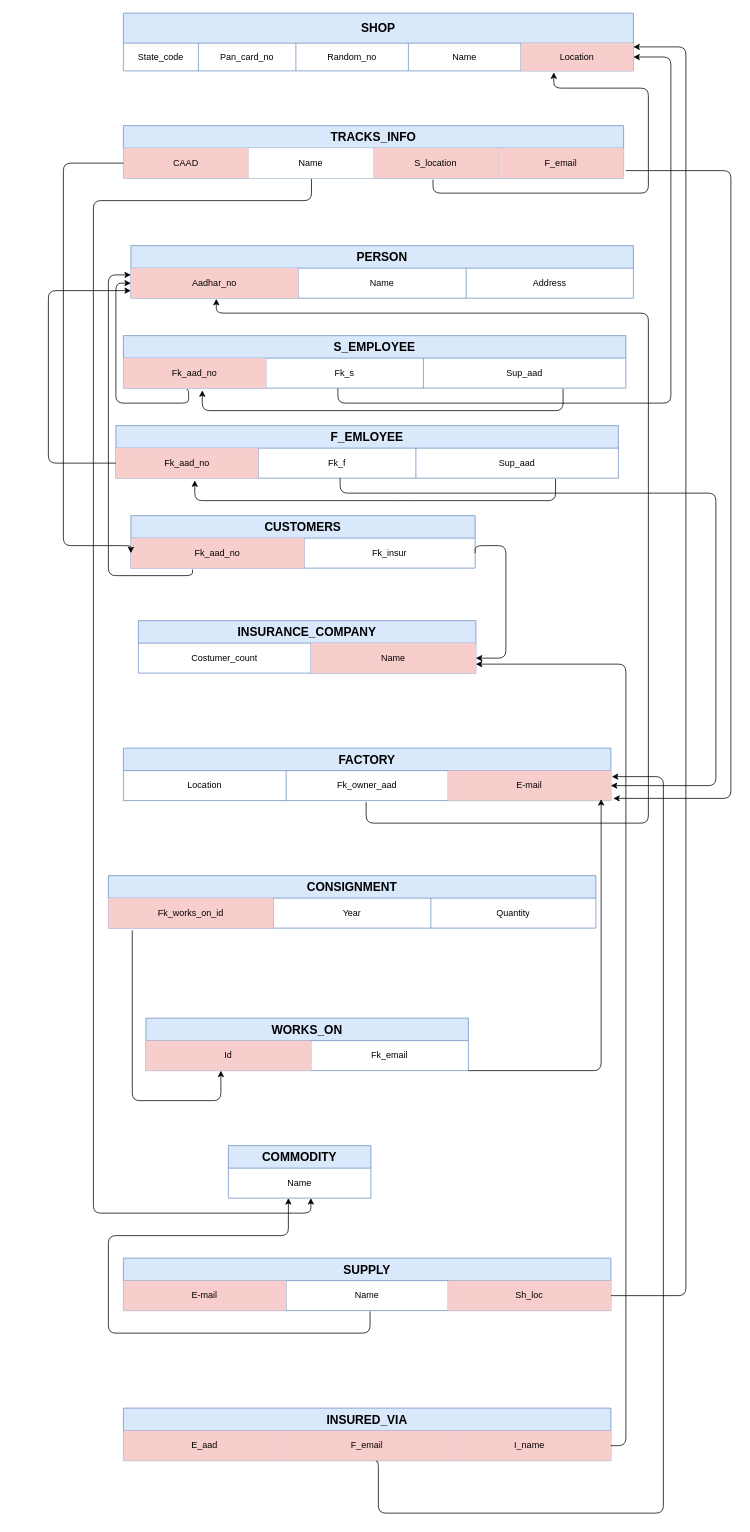
xLeviackermanX/da_link keeps this draw.io diagram as Copy of Untitled Diagram.drawio. Above is the earlier version. Source tidied: cells renumbered, new cells numbered last; positions are measured from the earlier drawing's top-left corner, leaving out a move shared by most shapes. Both pictures are drawn from the tidied source at 75%, with x=0, y=0 at pixel (48, 13).
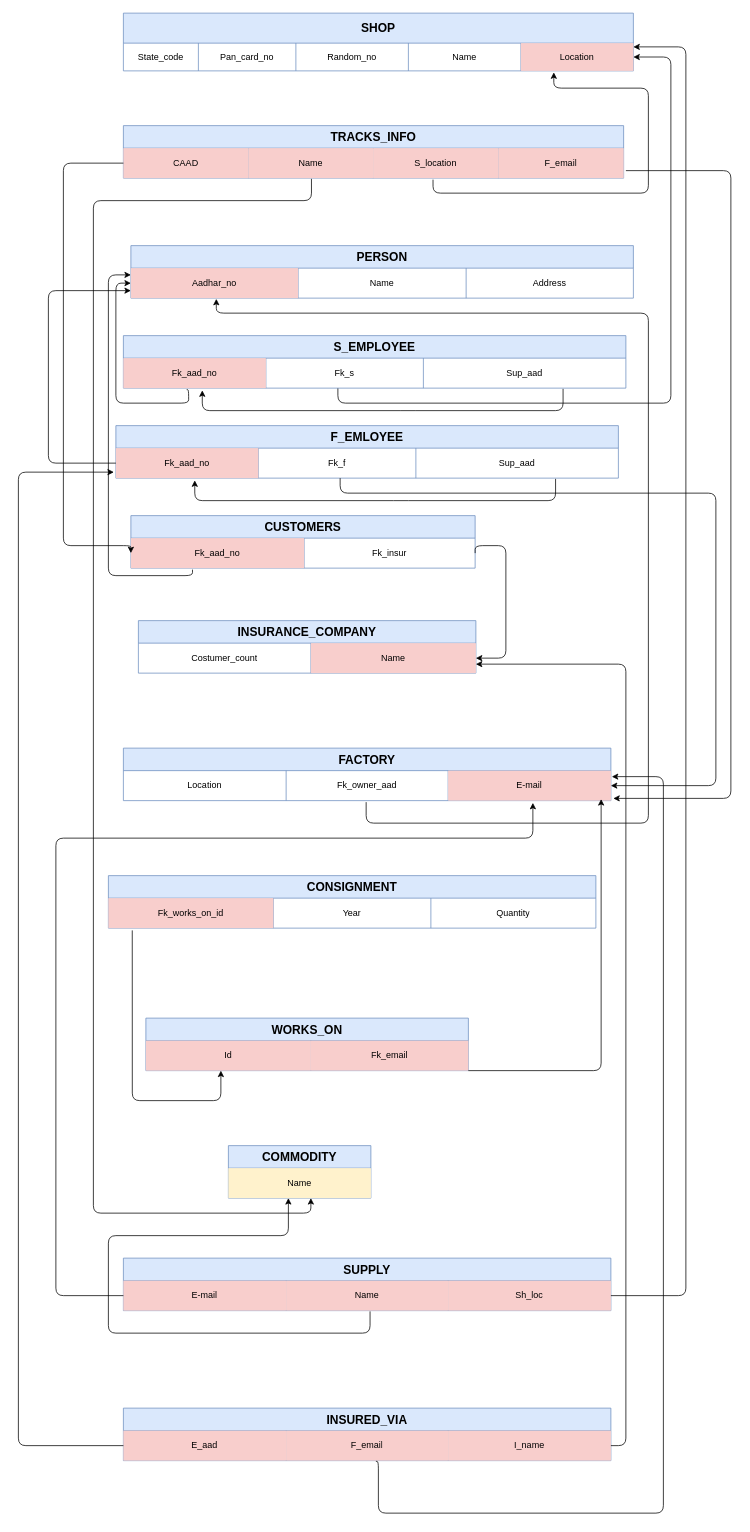
Above is the later version.

The change refers to these unchanged cells:
```xml
<mxCell id="10" style="shape=partialRectangle;html=1;whiteSpace=wrap;fillColor=none;top=0;left=0;bottom=0;right=0;points=[[0,0.5],[1,0.5]];portConstraint=eastwest;" parent="9" vertex="1">
  <mxGeometry y="30" width="667" height="40" as="geometry" />
</mxCell>
<mxCell id="27" style="shape=partialRectangle;html=1;whiteSpace=wrap;fillColor=none;top=0;left=0;bottom=0;right=0;points=[[0,0.5],[1,0.5]];portConstraint=eastwest;" parent="26" vertex="1">
  <mxGeometry y="30" width="650" height="40" as="geometry" />
</mxCell>
<mxCell id="42" style="shape=partialRectangle;html=1;whiteSpace=wrap;fillColor=none;top=0;left=0;bottom=0;right=0;points=[[0,0.5],[1,0.5]];portConstraint=eastwest;" parent="41" vertex="1">
  <mxGeometry y="30" width="670" height="40" as="geometry" />
</mxCell>
<mxCell id="48" style="shape=partialRectangle;html=1;whiteSpace=wrap;fillColor=none;top=0;left=0;bottom=0;right=0;points=[[0,0.5],[1,0.5]];portConstraint=eastwest;" parent="47" vertex="1">
  <mxGeometry y="30" width="650" height="40" as="geometry" />
</mxCell>
<mxCell id="53" style="shape=partialRectangle;html=1;whiteSpace=wrap;fillColor=none;top=0;left=0;bottom=0;right=0;points=[[0,0.5],[1,0.5]];portConstraint=eastwest;" parent="52" vertex="1">
  <mxGeometry y="30" width="650" height="40" as="geometry" />
</mxCell>
<mxCell id="63" style="shape=partialRectangle;html=1;whiteSpace=wrap;fillColor=none;top=0;left=0;bottom=0;right=0;" parent="62" vertex="1">
  <mxGeometry y="30" width="430" height="40" as="geometry" />
</mxCell>
<mxCell id="67" style="shape=partialRectangle;html=1;whiteSpace=wrap;fillColor=none;top=0;left=0;bottom=0;right=0;" parent="66" vertex="1">
  <mxGeometry y="30" width="190" height="40" as="geometry" />
</mxCell>
```

Change to the diagram source:
```diff
@@
-    <mxCell id="12" value="Name" style="shape=partialRectangle;html=1;whiteSpace=wrap;top=0;left=0;bottom=0;right=0;overflow=hidden;" parent="10" vertex="1">
+    <mxCell id="12" value="Name" style="shape=partialRectangle;html=1;whiteSpace=wrap;top=0;left=0;bottom=0;right=0;overflow=hidden;fillColor=#f8cecc;strokeColor=#b85450;" parent="10" vertex="1">
       <mxGeometry x="167" width="166" height="40" as="geometry" />
     </mxCell>
@@
-    <mxCell id="55" value="Name" style="shape=partialRectangle;html=1;whiteSpace=wrap;fillColor=none;top=0;left=0;bottom=0;right=0;overflow=hidden;" parent="53" vertex="1">
+    <mxCell id="55" value="Name" style="shape=partialRectangle;html=1;whiteSpace=wrap;fillColor=#f8cecc;top=0;left=0;bottom=0;right=0;overflow=hidden;strokeColor=#b85450;" parent="53" vertex="1">
       <mxGeometry x="217" width="216" height="40" as="geometry" />
     </mxCell>
@@
-    <mxCell id="65" value="Fk_email" style="shape=partialRectangle;html=1;whiteSpace=wrap;fillColor=none;top=0;left=0;bottom=0;right=0;overflow=hidden;" parent="63" vertex="1">
+    <mxCell id="65" value="Fk_email" style="shape=partialRectangle;html=1;whiteSpace=wrap;fillColor=#f8cecc;top=0;left=0;bottom=0;right=0;overflow=hidden;strokeColor=#b85450;" parent="63" vertex="1">
       <mxGeometry x="220" width="210" height="40" as="geometry" />
     </mxCell>
@@
-    <mxCell id="68" value="Name" style="shape=partialRectangle;html=1;whiteSpace=wrap;fillColor=none;top=0;left=0;bottom=0;right=0;overflow=hidden;" parent="67" vertex="1">
+    <mxCell id="68" value="Name" style="shape=partialRectangle;html=1;whiteSpace=wrap;fillColor=#fff2cc;top=0;left=0;bottom=0;right=0;overflow=hidden;strokeColor=#d6b656;" parent="67" vertex="1">
       <mxGeometry width="190" height="40" as="geometry" />
     </mxCell>
@@
+    <mxCell id="84" style="edgeStyle=segmentEdgeStyle;endArrow=classic;html=1;exitX=0;exitY=0.5;exitDx=0;exitDy=0;entryX=0.84;entryY=1.075;entryDx=0;entryDy=0;entryPerimeter=0;" parent="1" edge="1" source="53" target="27">
+      <mxGeometry relative="1" as="geometry">
+        <Array as="points">
+          <mxPoint x="10" y="1710" />
+          <mxPoint x="10" y="1100" />
+          <mxPoint x="646" y="1100" />
+        </Array>
+      </mxGeometry>
+    </mxCell>
+    <mxCell id="85" style="edgeStyle=segmentEdgeStyle;endArrow=classic;html=1;exitX=0;exitY=0.5;exitDx=0;exitDy=0;entryX=-0.004;entryY=0.8;entryDx=0;entryDy=0;entryPerimeter=0;" parent="1" edge="1" source="48" target="42">
+      <mxGeometry relative="1" as="geometry">
+        <Array as="points">
+          <mxPoint x="-40" y="1910" />
+          <mxPoint x="-40" y="612" />
+        </Array>
+      </mxGeometry>
+    </mxCell>
```
